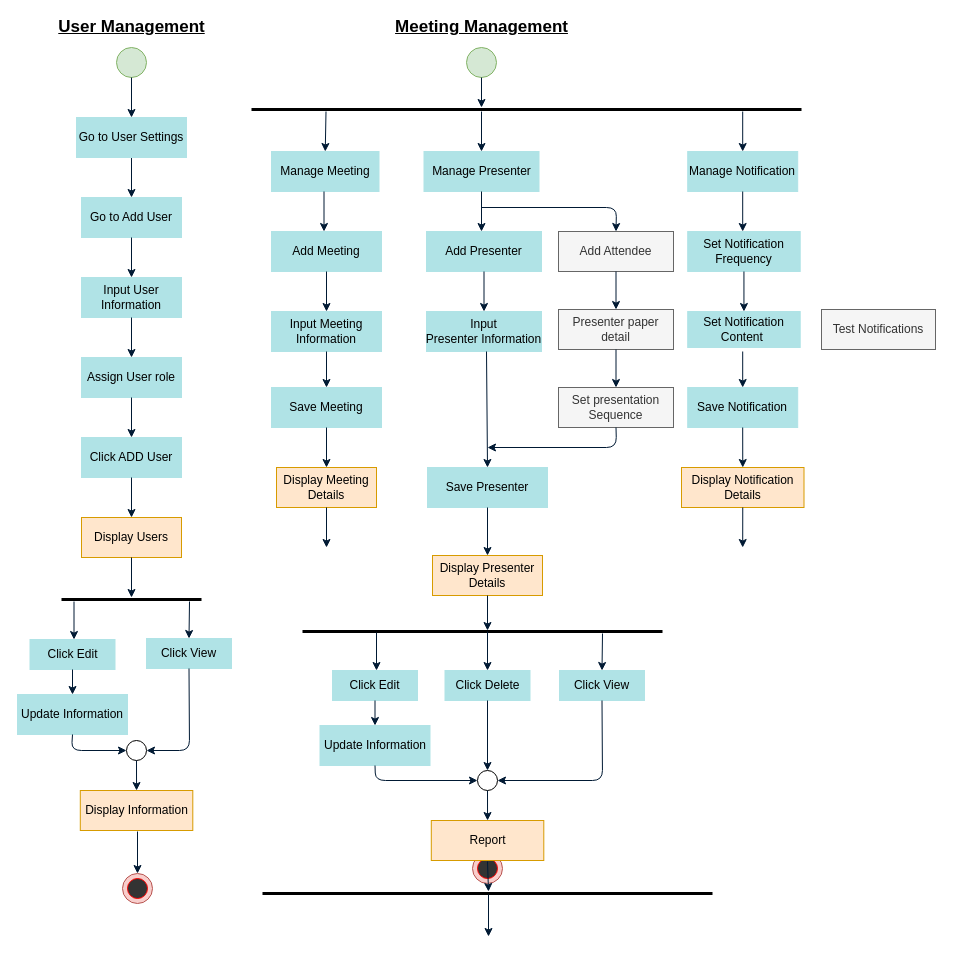
Before: Untitled Diagram.drawio in Afifairin/Diagrams, a draw.io diagram. Source tidied: cells renumbered, new cells numbered last; positions are measured from the earlier drawing's top-left corner, leaving out a move shared by most shapes. Both pictures are drawn from the tidied source at 100%, with x=0, y=0 at pixel (17, 17).
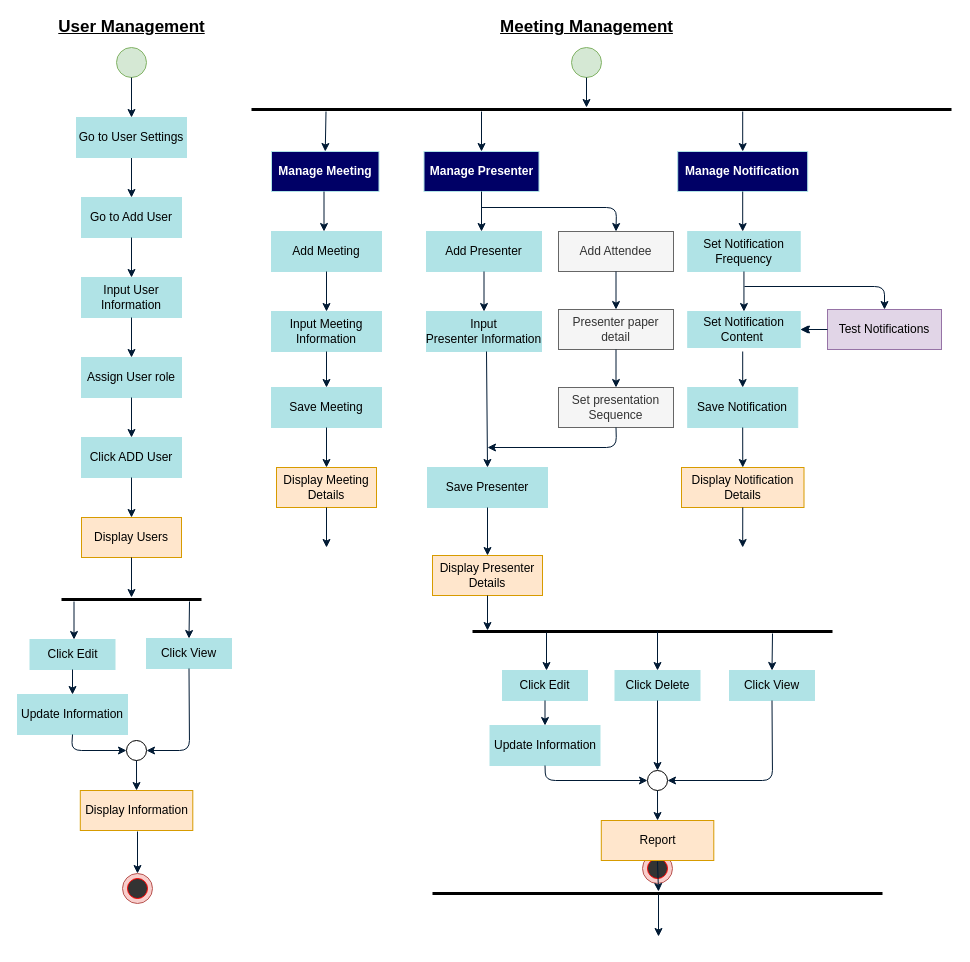
The same page after the edit.

Unchanged cells that the change refers to:
```xml
<mxCell id="37" value="Set Notification Content&amp;nbsp;" style="rounded=0;whiteSpace=wrap;html=1;fillColor=#b0e3e6;strokeColor=#B0E3E6;" parent="1" vertex="1">
  <mxGeometry x="670.2" y="294" width="112.5" height="36" as="geometry" />
</mxCell>
```

The edit, as a diff of the source:
```diff
@@
     <mxCell id="17" value="&lt;b&gt;&lt;font size=&quot;1&quot;&gt;&lt;u style=&quot;font-size: 17px&quot;&gt;Meeting Management&lt;/u&gt;&lt;/font&gt;&lt;/b&gt;" style="text;html=1;align=center;verticalAlign=middle;" parent="1" vertex="1">
-      <mxGeometry x="369" width="190" height="20" as="geometry" />
+      <mxGeometry x="474" width="190" height="20" as="geometry" />
     </mxCell>
     <mxCell id="18" style="line;strokeWidth=3;fillColor=none;align=left;verticalAlign=middle;spacingTop=-1;spacingLeft=3;spacingRight=3;labelPosition=right;" parent="1" vertex="1">
-      <mxGeometry x="234" y="88" width="550" height="8" as="geometry" />
+      <mxGeometry x="234" y="88" width="700" height="8" as="geometry" />
     </mxCell>
     <mxCell id="19" style="ellipse;whiteSpace=wrap;html=1;fillColor=#d5e8d4;strokeColor=#82b366;" parent="1" vertex="1">
-      <mxGeometry x="449" y="30" width="30" height="30" as="geometry" />
+      <mxGeometry x="554" y="30" width="30" height="30" as="geometry" />
     </mxCell>
     <mxCell id="20" style="endArrow=classic;html=1;strokeColor=#001933;exitX=0.5;exitY=1;exitDx=0;exitDy=0;" parent="1" edge="1" source="19">
       <mxGeometry relative="1" as="geometry">
-        <mxPoint x="464" y="90" as="targetPoint" />
+        <mxPoint x="569" y="90" as="targetPoint" />
       </mxGeometry>
     </mxCell>
-    <mxCell id="21" value="Manage Meeting" style="rounded=0;whiteSpace=wrap;html=1;fillColor=#b0e3e6;strokeColor=#B0E3E6;" parent="1" vertex="1">
+    <mxCell id="21" value="&lt;font color=&quot;#ffffff&quot;&gt;&lt;b&gt;Manage Meeting&lt;/b&gt;&lt;/font&gt;" style="rounded=0;whiteSpace=wrap;html=1;strokeColor=#B0E3E6;fillColor=#000066;" parent="1" vertex="1">
       <mxGeometry x="254" y="134" width="107.5" height="40" as="geometry" />
     </mxCell>
@@
-    <mxCell id="23" value="Manage Presenter" style="rounded=0;whiteSpace=wrap;html=1;fillColor=#b0e3e6;strokeColor=#B0E3E6;" parent="1" vertex="1">
+    <mxCell id="23" value="&lt;font color=&quot;#ffffff&quot;&gt;&lt;b&gt;Manage Presenter&lt;/b&gt;&lt;/font&gt;" style="rounded=0;whiteSpace=wrap;html=1;strokeColor=#B0E3E6;fillColor=#000066;" parent="1" vertex="1">
       <mxGeometry x="406.5" y="134" width="115" height="40" as="geometry" />
     </mxCell>
@@
-    <mxCell id="25" value="Manage Notification" style="rounded=0;whiteSpace=wrap;html=1;fillColor=#b0e3e6;strokeColor=#B0E3E6;" parent="1" vertex="1">
-      <mxGeometry x="670.2" y="134" width="110" height="40" as="geometry" />
+    <mxCell id="25" value="&lt;font color=&quot;#ffffff&quot;&gt;&lt;b&gt;Manage Notification&lt;/b&gt;&lt;/font&gt;" style="rounded=0;whiteSpace=wrap;html=1;strokeColor=#B0E3E6;fillColor=#000066;" parent="1" vertex="1">
+      <mxGeometry x="660.2" y="134" width="130" height="40" as="geometry" />
     </mxCell>
@@
     <mxCell id="54" style="ellipse;whiteSpace=wrap;html=1;fillColor=#f8cecc;strokeColor=#b85450;" parent="1" vertex="1">
-      <mxGeometry x="455" y="836" width="30" height="30" as="geometry" />
+      <mxGeometry x="625" y="836" width="30" height="30" as="geometry" />
     </mxCell>
     <mxCell id="55" style="ellipse;whiteSpace=wrap;html=1;fillColor=#333333;strokeColor=#FF0000;" parent="1" vertex="1">
-      <mxGeometry x="460" y="841" width="20" height="20" as="geometry" />
+      <mxGeometry x="630" y="841" width="20" height="20" as="geometry" />
     </mxCell>
     <mxCell id="56" style="line;strokeWidth=3;fillColor=none;align=left;verticalAlign=middle;spacingTop=-1;spacingLeft=3;spacingRight=3;labelPosition=right;" parent="1" vertex="1">
-      <mxGeometry x="245" y="872" width="450" height="8" as="geometry" />
+      <mxGeometry x="415" y="872" width="450" height="8" as="geometry" />
     </mxCell>
     <mxCell id="57" style="endArrow=classic;html=1;entryX=0.5;entryY=0;entryDx=0;entryDy=0;strokeColor=#001933;" parent="1" edge="1">
       <mxGeometry relative="1" as="geometry">
-        <mxPoint x="471" y="877" as="sourcePoint" />
-        <mxPoint x="471" y="919" as="targetPoint" />
+        <mxPoint x="641" y="877" as="sourcePoint" />
+        <mxPoint x="641" y="919" as="targetPoint" />
       </mxGeometry>
     </mxCell>
     <mxCell id="58" style="line;strokeWidth=3;fillColor=none;align=left;verticalAlign=middle;spacingTop=-1;spacingLeft=3;spacingRight=3;labelPosition=right;" parent="1" vertex="1">
-      <mxGeometry x="285" y="610" width="360" height="8" as="geometry" />
+      <mxGeometry x="455" y="610" width="360" height="8" as="geometry" />
     </mxCell>
     <mxCell id="59" style="endArrow=classic;html=1;strokeColor=#001933;" parent="1" edge="1">
       <mxGeometry relative="1" as="geometry">
-        <mxPoint x="359" y="615" as="sourcePoint" />
-        <mxPoint x="359" y="653" as="targetPoint" />
+        <mxPoint x="529" y="615" as="sourcePoint" />
+        <mxPoint x="529" y="653" as="targetPoint" />
       </mxGeometry>
     </mxCell>
     <mxCell id="60" value="&lt;span&gt;Click Edit&lt;/span&gt;" style="rounded=0;whiteSpace=wrap;html=1;fillColor=#b0e3e6;strokeColor=#B0E3E6;" parent="1" vertex="1">
-      <mxGeometry x="315" y="653" width="85" height="30" as="geometry" />
+      <mxGeometry x="485" y="653" width="85" height="30" as="geometry" />
     </mxCell>
     <mxCell id="61" value="&lt;span&gt;Click Delete&lt;/span&gt;" style="rounded=0;whiteSpace=wrap;html=1;fillColor=#b0e3e6;strokeColor=#B0E3E6;" parent="1" vertex="1">
-      <mxGeometry x="427.5" y="653" width="85" height="30" as="geometry" />
+      <mxGeometry x="597.5" y="653" width="85" height="30" as="geometry" />
     </mxCell>
     <mxCell id="62" value="&lt;span&gt;Click View&lt;/span&gt;" style="rounded=0;whiteSpace=wrap;html=1;fillColor=#b0e3e6;strokeColor=#B0E3E6;" parent="1" vertex="1">
-      <mxGeometry x="542" y="653" width="85" height="30" as="geometry" />
+      <mxGeometry x="712" y="653" width="85" height="30" as="geometry" />
     </mxCell>
     <mxCell id="63" style="endArrow=classic;html=1;strokeColor=#001933;entryX=0.5;entryY=0;entryDx=0;entryDy=0;" parent="1" edge="1" target="61">
       <mxGeometry relative="1" as="geometry">
-        <mxPoint x="470" y="614" as="sourcePoint" />
+        <mxPoint x="640" y="614" as="sourcePoint" />
       </mxGeometry>
     </mxCell>
     <mxCell id="64" style="endArrow=classic;html=1;strokeColor=#001933;entryX=0.5;entryY=0;entryDx=0;entryDy=0;" parent="1" edge="1" target="62">
       <mxGeometry relative="1" as="geometry">
-        <mxPoint x="585" y="616" as="sourcePoint" />
+        <mxPoint x="755" y="616" as="sourcePoint" />
       </mxGeometry>
     </mxCell>
     <mxCell id="65" value="Update Information" style="rounded=0;whiteSpace=wrap;html=1;fillColor=#b0e3e6;strokeColor=#B0E3E6;" parent="1" vertex="1">
-      <mxGeometry x="302.5" y="708" width="110" height="40" as="geometry" />
+      <mxGeometry x="472.5" y="708" width="110" height="40" as="geometry" />
     </mxCell>
     <mxCell id="66" value="Report" style="rounded=0;whiteSpace=wrap;html=1;fillColor=#ffe6cc;strokeColor=#d79b00;" parent="1" vertex="1">
-      <mxGeometry x="413.8" y="803" width="112.5" height="40" as="geometry" />
+      <mxGeometry x="583.8" y="803" width="112.5" height="40" as="geometry" />
     </mxCell>
     <mxCell id="67" style="ellipse;whiteSpace=wrap;html=1;strokeColor=#000000;strokeWidth=1;fillColor=none;" parent="1" vertex="1">
-      <mxGeometry x="460" y="753" width="20" height="20" as="geometry" />
+      <mxGeometry x="630" y="753" width="20" height="20" as="geometry" />
     </mxCell>
@@
     <mxCell id="70" style="endArrow=classic;html=1;exitX=0.5;exitY=1;exitDx=0;exitDy=0;strokeColor=#001933;entryX=1;entryY=0.5;entryDx=0;entryDy=0;" parent="1" edge="1" source="62" target="67">
       <mxGeometry relative="1" as="geometry">
         <Array as="points">
-          <mxPoint x="585" y="763" />
+          <mxPoint x="755" y="763" />
         </Array>
       </mxGeometry>
     </mxCell>
     <mxCell id="71" style="endArrow=classic;html=1;exitX=0.5;exitY=1;exitDx=0;exitDy=0;strokeColor=#001933;entryX=0;entryY=0.5;entryDx=0;entryDy=0;" parent="1" edge="1" source="65" target="67">
       <mxGeometry relative="1" as="geometry">
         <Array as="points">
-          <mxPoint x="358" y="763" />
+          <mxPoint x="528" y="763" />
         </Array>
       </mxGeometry>
     </mxCell>
@@
     <mxCell id="73" style="endArrow=classic;html=1;exitX=0.5;exitY=1;exitDx=0;exitDy=0;strokeColor=#001933;" parent="1" edge="1">
       <mxGeometry relative="1" as="geometry">
-        <mxPoint x="470" y="844" as="sourcePoint" />
-        <mxPoint x="471" y="874" as="targetPoint" />
+        <mxPoint x="640" y="844" as="sourcePoint" />
+        <mxPoint x="641" y="874" as="targetPoint" />
       </mxGeometry>
     </mxCell>
@@
+    <mxCell id="97" style="edgeStyle=orthogonalEdgeStyle;rounded=0;jettySize=auto;html=1;strokeColor=#001933;" parent="1" edge="1" source="92" target="37">
+      <mxGeometry relative="1" as="geometry" />
+    </mxCell>
-    <mxCell id="92" value="Test Notifications" style="rounded=0;whiteSpace=wrap;html=1;fillColor=#f5f5f5;strokeColor=#666666;fontColor=#333333;" parent="1" vertex="1">
-      <mxGeometry x="804" y="292" width="114" height="40" as="geometry" />
+    <mxCell id="92" value="Test Notifications" style="rounded=0;whiteSpace=wrap;html=1;fillColor=#e1d5e7;strokeColor=#9673a6;" parent="1" vertex="1">
+      <mxGeometry x="810" y="292" width="114" height="40" as="geometry" />
     </mxCell>
@@
+    <mxCell id="98" style="endArrow=classic;html=1;strokeColor=#001933;entryX=0.5;entryY=0;entryDx=0;entryDy=0;" parent="1" edge="1" target="92">
+      <mxGeometry relative="1" as="geometry">
+        <mxPoint x="727" y="269" as="sourcePoint" />
+        <Array as="points">
+          <mxPoint x="867" y="269" />
+        </Array>
+      </mxGeometry>
+    </mxCell>
+    <mxCell id="99" style="endArrow=classic;html=1;strokeColor=#001933;exitX=0;exitY=0.5;exitDx=0;exitDy=0;" parent="1" edge="1" source="92">
+      <mxGeometry relative="1" as="geometry">
+        <mxPoint x="784" y="312" as="targetPoint" />
+      </mxGeometry>
+    </mxCell>
```
